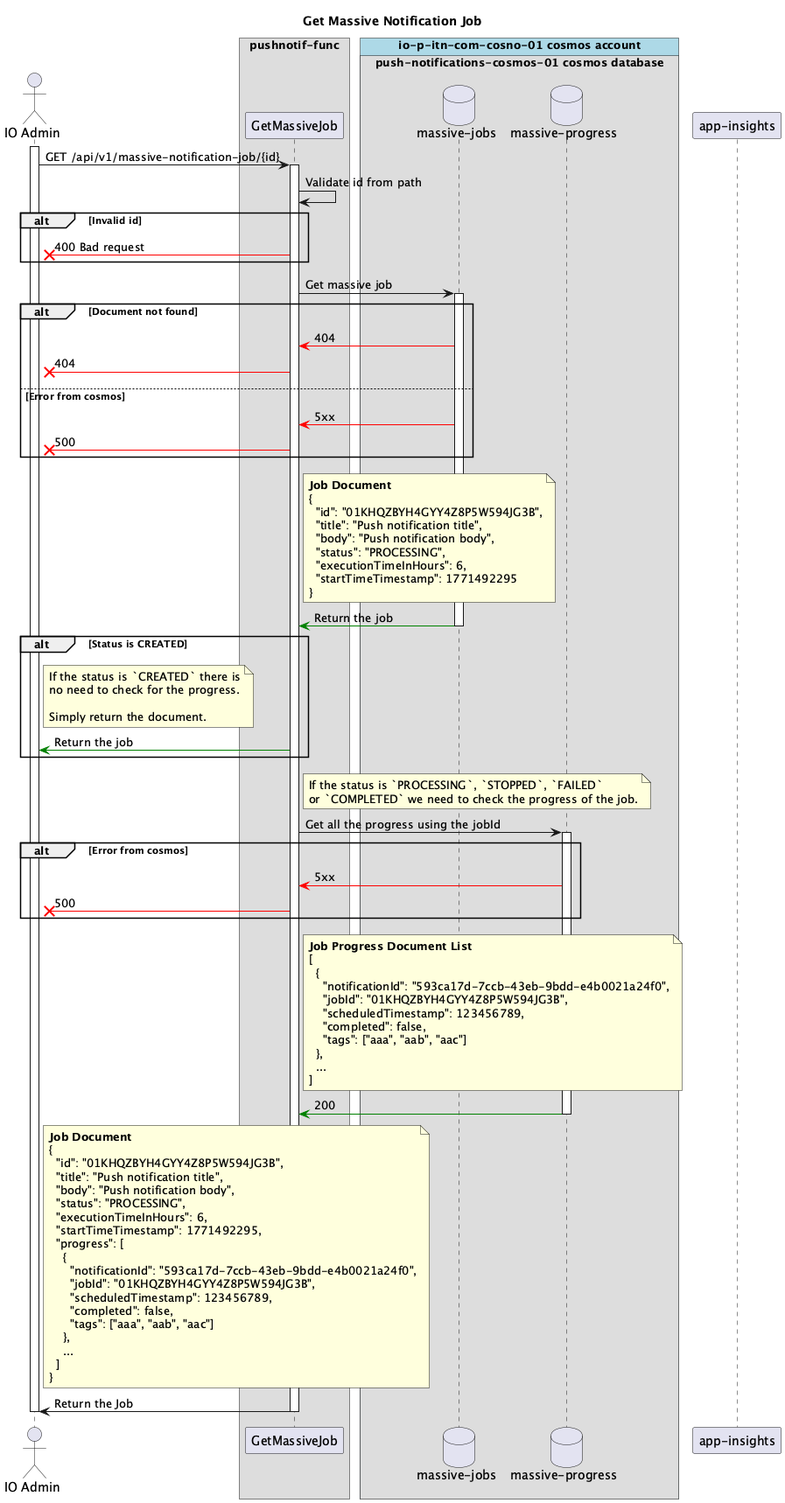
The PlantUML diagram apps/pushnotif-func/docs/png/get-massive-job.png in pagopa/io-messages, before a commit.
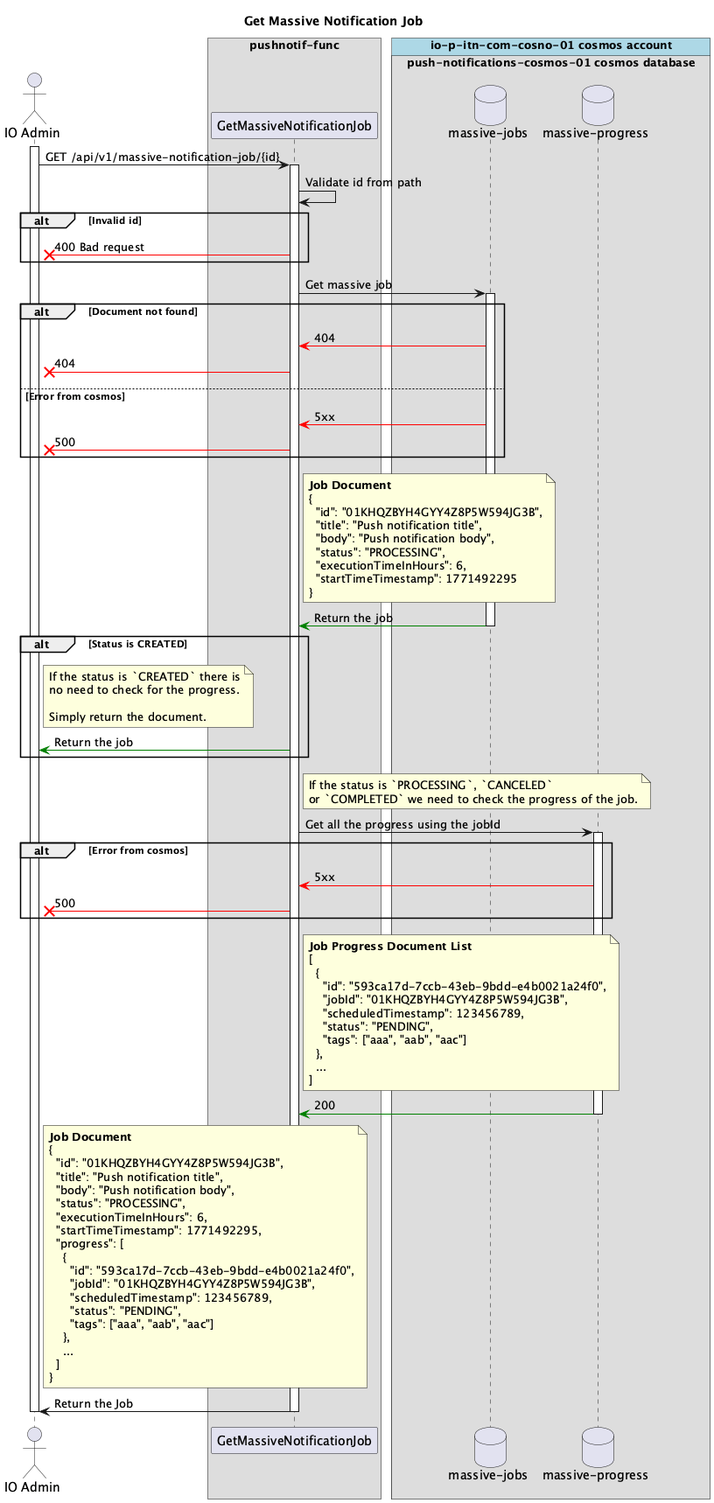
The same file after the commit.

The edit, as a diff of the source:
```diff
@@ -5,7 +5,7 @@
 actor "IO Admin" as admin
 
 box "pushnotif-func"
-  participant "GetMassiveJob" as gmj
+  participant "GetMassiveNotificationJob" as gmj
 end box
 
 
@@ -16,8 +16,6 @@
     database "massive-progress" as mjp
   end box
 end box
-
-participant "app-insights" as ai
 
 activate admin
 admin -> gmj : GET /api/v1/massive-notification-job/{id}
@@ -65,7 +63,7 @@
 end
 
 note right of gmj
-  If the status is `PROCESSING`, `STOPPED`, `FAILED`
+  If the status is `PROCESSING`, `CANCELED`
   or `COMPLETED` we need to check the progress of the job.
 end note
 
@@ -80,10 +78,10 @@
   **Job Progress Document List**
   [
     {
-      "notificationId": "593ca17d-7ccb-43eb-9bdd-e4b0021a24f0",
+      "id": "593ca17d-7ccb-43eb-9bdd-e4b0021a24f0",
       "jobId": "01KHQZBYH4GYY4Z8P5W594JG3B",
       "scheduledTimestamp": 123456789,
-      "completed": false,
+      "status": "PENDING",
       "tags": ["aaa", "aab", "aac"]
     },
     ...
@@ -103,10 +101,10 @@
     "startTimeTimestamp": 1771492295,
     "progress": [
       {
-        "notificationId": "593ca17d-7ccb-43eb-9bdd-e4b0021a24f0",
+        "id": "593ca17d-7ccb-43eb-9bdd-e4b0021a24f0",
         "jobId": "01KHQZBYH4GYY4Z8P5W594JG3B",
         "scheduledTimestamp": 123456789,
-        "completed": false,
+        "status": "PENDING",
         "tags": ["aaa", "aab", "aac"]
       },
       ...
```
